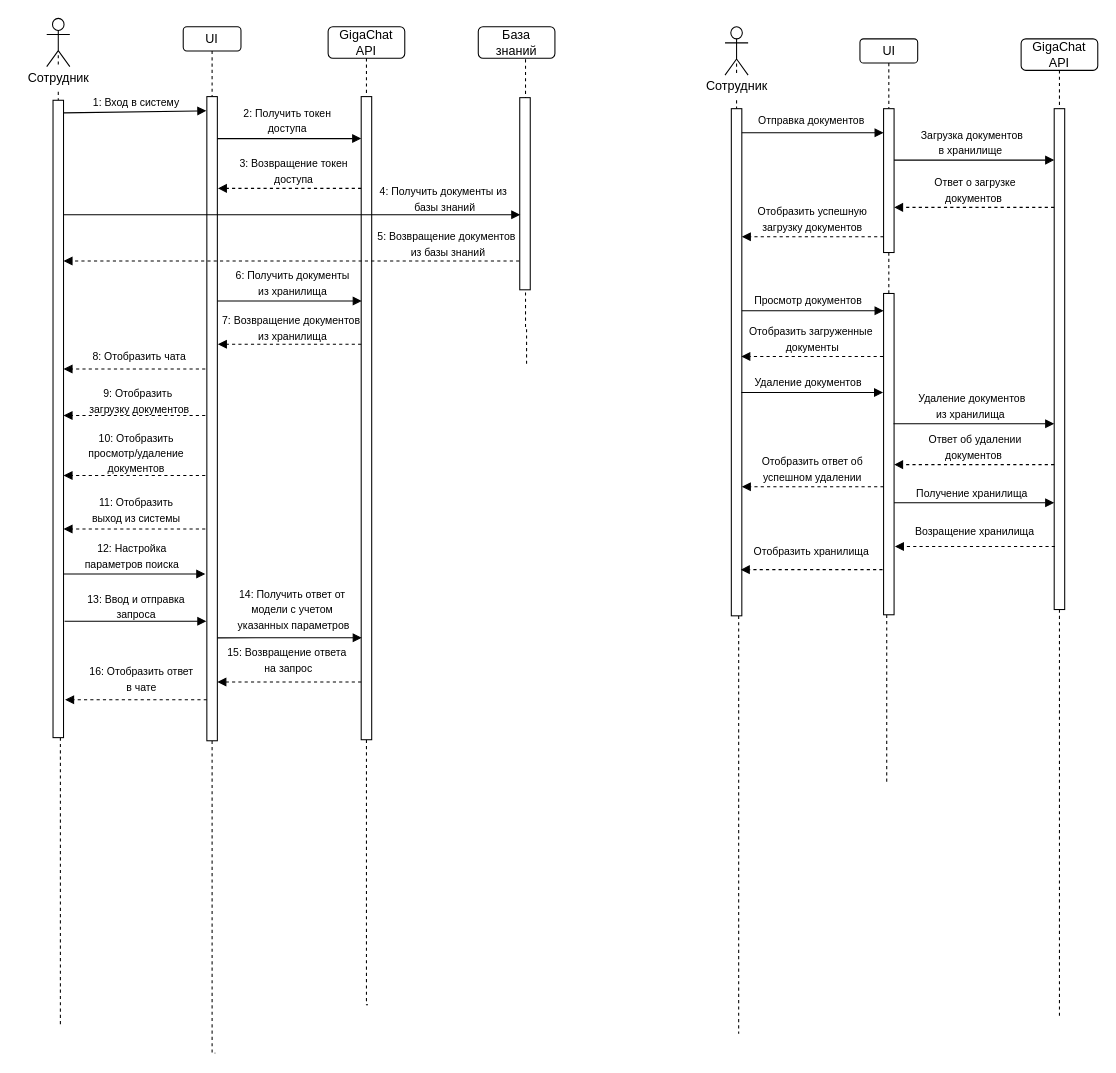
Earlier version of the draw.io diagram page "последовательности" (2 of 5) of 4 FOURTH COURSE/Semester 8/ДИПЛОМ/Отчеты/Диаграмма без названия.drawio (egorbeckish/Baccalaureate). Source tidied: cells renumbered, new cells numbered last; positions are measured from the earlier drawing's top-left corner, leaving out a move shared by most shapes. Both pictures are drawn from the tidied source at 105%, with x=0, y=0 at pixel (18, 18).
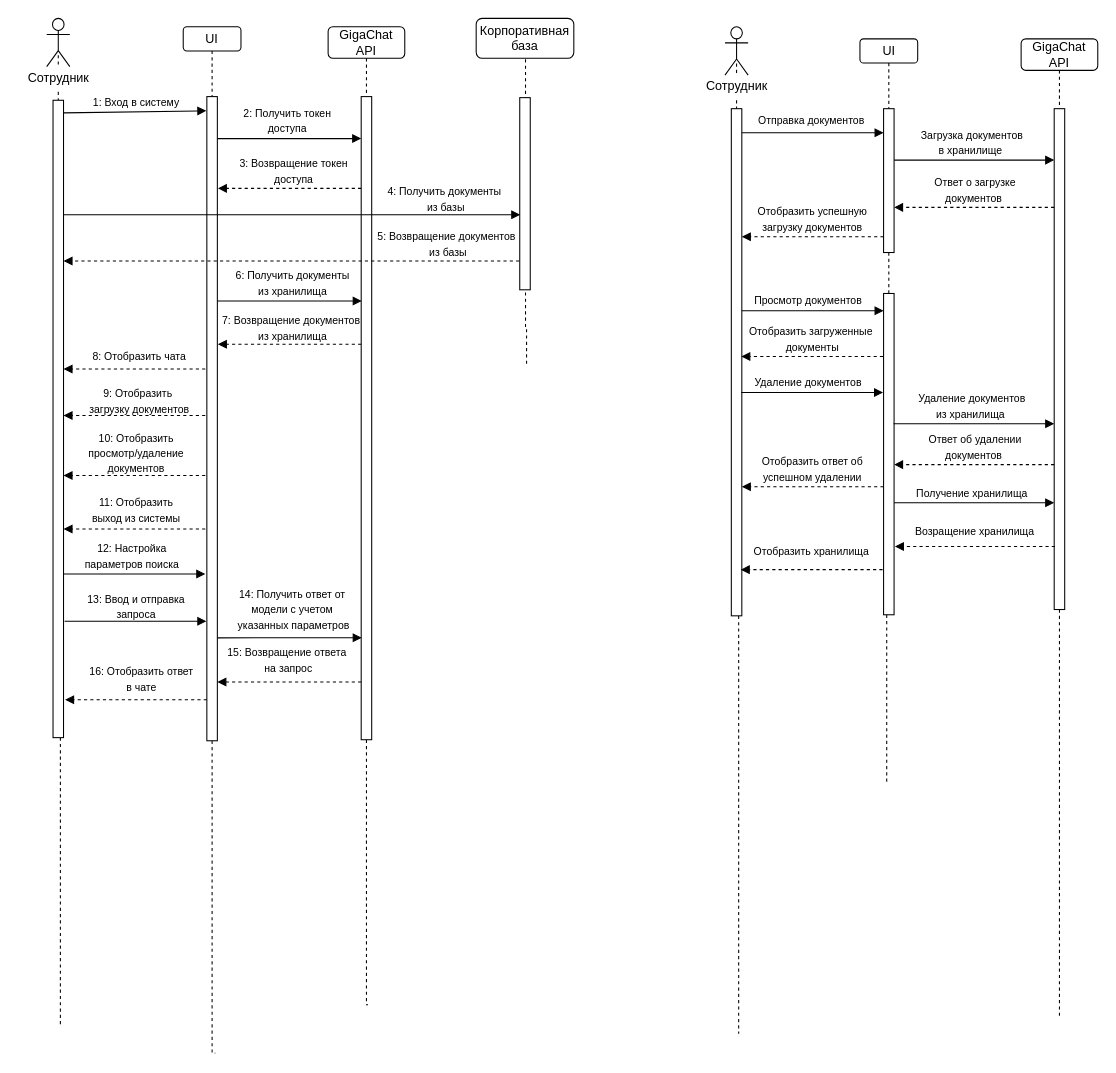
The same diagram, later.

What changed in the source:
```diff
@@
-    <mxCell id="87" value="База&lt;div&gt;знаний&lt;/div&gt;" style="rounded=1;whiteSpace=wrap;html=1;" parent="1" vertex="1">
-      <mxGeometry x="438" y="8" width="73" height="30" as="geometry" />
+    <mxCell id="87" value="Корпоративная&lt;div&gt;база&lt;/div&gt;" style="rounded=1;whiteSpace=wrap;html=1;" parent="1" vertex="1">
+      <mxGeometry x="436" width="93" height="38" as="geometry" />
     </mxCell>
@@
-    <mxCell id="91" value="&lt;font style=&quot;font-size: 10px;&quot;&gt;4: Получить документы&amp;nbsp;&lt;/font&gt;&lt;span style=&quot;font-size: 10px; background-color: transparent; color: light-dark(rgb(0, 0, 0), rgb(255, 255, 255));&quot;&gt;из&amp;nbsp;&lt;/span&gt;&lt;div&gt;&lt;span style=&quot;font-size: 10px; background-color: transparent; color: light-dark(rgb(0, 0, 0), rgb(255, 255, 255));&quot;&gt;базы знаний&lt;/span&gt;&lt;/div&gt;" style="text;html=1;align=center;verticalAlign=middle;strokeColor=none;fillColor=none;" parent="1" vertex="1">
-      <mxGeometry x="335" y="151" width="142" height="41" as="geometry" />
+    <mxCell id="91" value="&lt;font style=&quot;font-size: 10px;&quot;&gt;4: Получить документы&amp;nbsp;&lt;/font&gt;&lt;div&gt;&lt;span style=&quot;font-size: 10px; background-color: transparent; color: light-dark(rgb(0, 0, 0), rgb(255, 255, 255));&quot;&gt;из&amp;nbsp;&lt;/span&gt;&lt;span style=&quot;background-color: transparent; color: light-dark(rgb(0, 0, 0), rgb(255, 255, 255)); font-size: 10px;&quot;&gt;базы&lt;/span&gt;&lt;/div&gt;" style="text;html=1;align=center;verticalAlign=middle;strokeColor=none;fillColor=none;" parent="1" vertex="1">
+      <mxGeometry x="342" y="151" width="129" height="41" as="geometry" />
     </mxCell>
@@
-    <mxCell id="93" value="&lt;font style=&quot;font-size: 10px;&quot;&gt;5: Возвращение документов&amp;nbsp;&lt;/font&gt;&lt;div&gt;&lt;font style=&quot;font-size: 10px;&quot;&gt;из базы знаний&lt;/font&gt;&lt;/div&gt;" style="text;html=1;align=center;verticalAlign=middle;strokeColor=none;fillColor=none;" parent="1" vertex="1">
+    <mxCell id="93" value="&lt;font style=&quot;font-size: 10px;&quot;&gt;5: Возвращение документов&amp;nbsp;&lt;/font&gt;&lt;div&gt;&lt;font style=&quot;font-size: 10px;&quot;&gt;из базы&lt;/font&gt;&lt;/div&gt;" style="text;html=1;align=center;verticalAlign=middle;strokeColor=none;fillColor=none;" parent="1" vertex="1">
       <mxGeometry x="333" y="194" width="152" height="41" as="geometry" />
     </mxCell>
```
